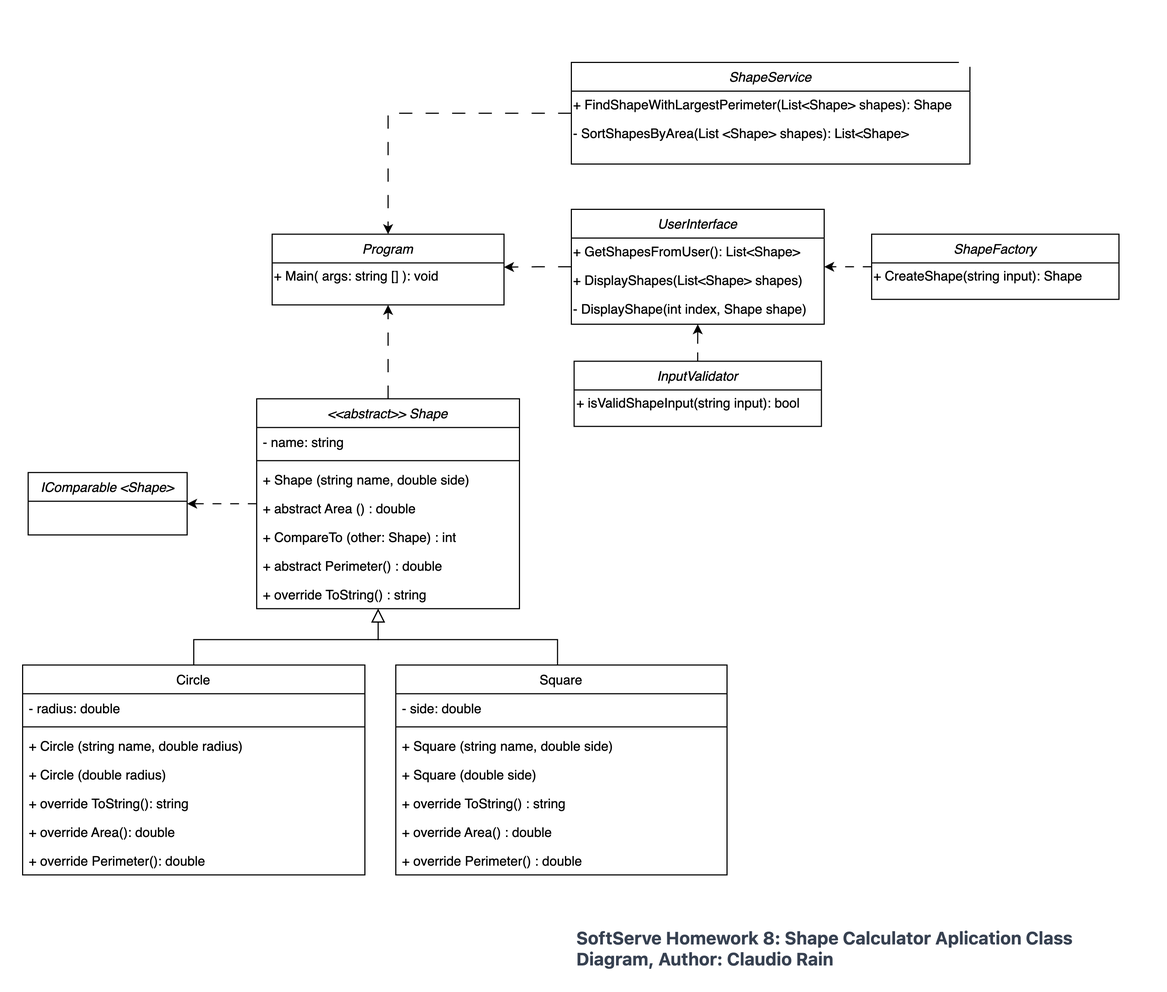
This is Homework-8/Homework-8-Class-Diagram.png from DonSaul/CLPLDOTNETTASKS, a draw.io export, as it was before one commit. Source tidied: cells renumbered, new cells last; positions are measured from the earlier drawing's top-left corner, leaving out a move shared by most shapes. Source of this version:
```xml
<mxGraphModel>
  <root>
    <mxCell id="0" />
    <mxCell id="1" parent="0" />
    <mxCell id="2" style="edgeStyle=orthogonalEdgeStyle;rounded=0;jettySize=auto;html=1;entryX=0.5;entryY=1;entryDx=0;entryDy=0;dashed=1;dashPattern=12 12;" parent="1" edge="1" source="4" target="30">
      <mxGeometry relative="1" as="geometry" />
    </mxCell>
    <mxCell id="3" style="edgeStyle=orthogonalEdgeStyle;rounded=0;jettySize=auto;html=1;entryX=1;entryY=0.5;entryDx=0;entryDy=0;dashed=1;dashPattern=8 8;" parent="1" edge="1" source="4" target="52">
      <mxGeometry relative="1" as="geometry" />
    </mxCell>
    <mxCell id="4" value="&lt;&lt;abstract&gt;&gt; Shape" style="swimlane;fontStyle=2;align=center;verticalAlign=top;horizontal=1;startSize=26;rounded=0;shadow=0;strokeWidth=1;" parent="1" vertex="1">
      <mxGeometry x="232" y="360.5" width="238" height="190" as="geometry" />
    </mxCell>
    <mxCell id="5" value="- name: string" style="text;align=left;verticalAlign=top;spacingLeft=4;spacingRight=4;overflow=hidden;" parent="4" vertex="1">
      <mxGeometry y="26" width="238" height="26" as="geometry" />
    </mxCell>
    <mxCell id="6" style="line;html=1;strokeWidth=1;align=left;verticalAlign=middle;spacingTop=-1;spacingLeft=3;spacingRight=3;labelPosition=right;" parent="4" vertex="1">
      <mxGeometry y="52" width="238" height="8" as="geometry" />
    </mxCell>
    <mxCell id="7" value="+ Shape (string name, double side)" style="text;align=left;verticalAlign=top;spacingLeft=4;spacingRight=4;overflow=hidden;" parent="4" vertex="1">
      <mxGeometry y="60" width="238" height="26" as="geometry" />
    </mxCell>
    <mxCell id="8" value="+ abstract Area () : double" style="text;align=left;verticalAlign=top;spacingLeft=4;spacingRight=4;overflow=hidden;" parent="4" vertex="1">
      <mxGeometry y="86" width="238" height="26" as="geometry" />
    </mxCell>
    <mxCell id="9" value="+ CompareTo (other: Shape) : int" style="text;align=left;verticalAlign=top;spacingLeft=4;spacingRight=4;overflow=hidden;" parent="4" vertex="1">
      <mxGeometry y="112" width="238" height="26" as="geometry" />
    </mxCell>
    <mxCell id="10" value="+ abstract Perimeter() : double" style="text;align=left;verticalAlign=top;spacingLeft=4;spacingRight=4;overflow=hidden;" parent="4" vertex="1">
      <mxGeometry y="138" width="238" height="26" as="geometry" />
    </mxCell>
    <mxCell id="11" value="+ override ToString() : string" style="text;align=left;verticalAlign=top;spacingLeft=4;spacingRight=4;overflow=hidden;" parent="4" vertex="1">
      <mxGeometry y="164" width="238" height="26" as="geometry" />
    </mxCell>
    <mxCell id="12" value="Circle" style="swimlane;fontStyle=0;align=center;verticalAlign=top;horizontal=1;startSize=26;rounded=0;shadow=0;strokeWidth=1;" parent="1" vertex="1">
      <mxGeometry x="20" y="601.5" width="310" height="190" as="geometry" />
    </mxCell>
    <mxCell id="13" value="- radius: double" style="text;align=left;verticalAlign=top;spacingLeft=4;spacingRight=4;overflow=hidden;" parent="12" vertex="1">
      <mxGeometry y="26" width="310" height="26" as="geometry" />
    </mxCell>
    <mxCell id="14" style="line;html=1;strokeWidth=1;align=left;verticalAlign=middle;spacingTop=-1;spacingLeft=3;spacingRight=3;labelPosition=right;" parent="12" vertex="1">
      <mxGeometry y="52" width="310" height="8" as="geometry" />
    </mxCell>
    <mxCell id="15" value="+ Circle (string name, double radius)" style="text;align=left;verticalAlign=top;spacingLeft=4;spacingRight=4;overflow=hidden;" parent="12" vertex="1">
      <mxGeometry y="60" width="310" height="26" as="geometry" />
    </mxCell>
    <mxCell id="16" value="+ Circle (double radius)" style="text;align=left;verticalAlign=top;spacingLeft=4;spacingRight=4;overflow=hidden;" parent="12" vertex="1">
      <mxGeometry y="86" width="310" height="26" as="geometry" />
    </mxCell>
    <mxCell id="17" value="+ override ToString(): string" style="text;align=left;verticalAlign=top;spacingLeft=4;spacingRight=4;overflow=hidden;" parent="12" vertex="1">
      <mxGeometry y="112" width="310" height="26" as="geometry" />
    </mxCell>
    <mxCell id="18" value="+ override Area(): double" style="text;align=left;verticalAlign=top;spacingLeft=4;spacingRight=4;overflow=hidden;" parent="12" vertex="1">
      <mxGeometry y="138" width="310" height="26" as="geometry" />
    </mxCell>
    <mxCell id="19" value="+ override Perimeter(): double" style="text;align=left;verticalAlign=top;spacingLeft=4;spacingRight=4;overflow=hidden;" parent="12" vertex="1">
      <mxGeometry y="164" width="310" height="26" as="geometry" />
    </mxCell>
    <mxCell id="20" style="endArrow=block;endSize=10;endFill=0;shadow=0;strokeWidth=1;rounded=0;edgeStyle=elbowEdgeStyle;elbow=vertical;" parent="1" edge="1" source="12" target="4">
      <mxGeometry relative="1" as="geometry">
        <Array as="points">
          <mxPoint x="342" y="578.5" />
        </Array>
      </mxGeometry>
    </mxCell>
    <mxCell id="21" value="Square" style="swimlane;fontStyle=0;align=center;verticalAlign=top;horizontal=1;startSize=26;rounded=0;shadow=0;strokeWidth=1;" parent="1" vertex="1">
      <mxGeometry x="358" y="601.5" width="300" height="190" as="geometry" />
    </mxCell>
    <mxCell id="22" value="- side: double" style="text;align=left;verticalAlign=top;spacingLeft=4;spacingRight=4;overflow=hidden;" parent="21" vertex="1">
      <mxGeometry y="26" width="300" height="26" as="geometry" />
    </mxCell>
    <mxCell id="23" style="line;html=1;strokeWidth=1;align=left;verticalAlign=middle;spacingTop=-1;spacingLeft=3;spacingRight=3;labelPosition=right;" parent="21" vertex="1">
      <mxGeometry y="52" width="300" height="8" as="geometry" />
    </mxCell>
    <mxCell id="24" value="+ Square (string name, double side)" style="text;align=left;verticalAlign=top;spacingLeft=4;spacingRight=4;overflow=hidden;" parent="21" vertex="1">
      <mxGeometry y="60" width="300" height="26" as="geometry" />
    </mxCell>
    <mxCell id="25" value="+ Square (double side)" style="text;align=left;verticalAlign=top;spacingLeft=4;spacingRight=4;overflow=hidden;" parent="21" vertex="1">
      <mxGeometry y="86" width="300" height="26" as="geometry" />
    </mxCell>
    <mxCell id="26" value="+ override ToString() : string" style="text;align=left;verticalAlign=top;spacingLeft=4;spacingRight=4;overflow=hidden;" parent="21" vertex="1">
      <mxGeometry y="112" width="300" height="26" as="geometry" />
    </mxCell>
    <mxCell id="27" value="+ override Area() : double" style="text;align=left;verticalAlign=top;spacingLeft=4;spacingRight=4;overflow=hidden;" parent="21" vertex="1">
      <mxGeometry y="138" width="300" height="26" as="geometry" />
    </mxCell>
    <mxCell id="28" value="+ override Perimeter() : double" style="text;align=left;verticalAlign=top;spacingLeft=4;spacingRight=4;overflow=hidden;" parent="21" vertex="1">
      <mxGeometry y="164" width="300" height="26" as="geometry" />
    </mxCell>
    <mxCell id="29" style="endArrow=block;endSize=10;endFill=0;shadow=0;strokeWidth=1;rounded=0;edgeStyle=elbowEdgeStyle;elbow=vertical;" parent="1" edge="1">
      <mxGeometry relative="1" as="geometry">
        <mxPoint x="504.5" y="601.5" as="sourcePoint" />
        <mxPoint x="342" y="550.5" as="targetPoint" />
        <Array as="points">
          <mxPoint x="423" y="578.5" />
        </Array>
      </mxGeometry>
    </mxCell>
    <mxCell id="30" value="Program" style="swimlane;fontStyle=2;align=center;verticalAlign=top;horizontal=1;startSize=26;rounded=0;shadow=0;strokeWidth=1;" parent="1" vertex="1">
      <mxGeometry x="246" y="211.5" width="210" height="64" as="geometry" />
    </mxCell>
    <mxCell id="31" value="+ Main( args: string [] ): void" style="text;html=1;align=left;verticalAlign=middle;points=[];strokeColor=none;fillColor=none;" parent="30" vertex="1">
      <mxGeometry y="26" width="210" height="26" as="geometry" />
    </mxCell>
    <mxCell id="32" value="UserInterface" style="swimlane;fontStyle=2;align=center;verticalAlign=top;horizontal=1;startSize=26;rounded=0;shadow=0;strokeWidth=1;" parent="1" vertex="1">
      <mxGeometry x="517" y="189" width="229" height="104" as="geometry" />
    </mxCell>
    <mxCell id="33" value="+ GetShapesFromUser(): List&amp;lt;Shape&amp;gt;" style="text;html=1;align=left;verticalAlign=middle;strokeColor=none;fillColor=none;" parent="32" vertex="1">
      <mxGeometry y="26" width="229" height="26" as="geometry" />
    </mxCell>
    <mxCell id="34" value="+ DisplayShapes(List&amp;lt;Shape&amp;gt; shapes)" style="text;html=1;align=left;verticalAlign=middle;strokeColor=none;fillColor=none;" parent="32" vertex="1">
      <mxGeometry y="52" width="229" height="26" as="geometry" />
    </mxCell>
    <mxCell id="35" value="- DisplayShape(int index, Shape shape)" style="text;html=1;align=left;verticalAlign=middle;strokeColor=none;fillColor=none;" parent="32" vertex="1">
      <mxGeometry y="78" width="229" height="26" as="geometry" />
    </mxCell>
    <mxCell id="36" style="edgeStyle=orthogonalEdgeStyle;rounded=0;jettySize=auto;html=1;entryX=0.5;entryY=1;entryDx=0;entryDy=0;dashed=1;dashPattern=8 8;" parent="1" edge="1" source="37" target="32">
      <mxGeometry relative="1" as="geometry" />
    </mxCell>
    <mxCell id="37" value="InputValidator" style="swimlane;fontStyle=2;align=center;verticalAlign=top;horizontal=1;startSize=26;rounded=0;shadow=0;strokeWidth=1;" parent="1" vertex="1">
      <mxGeometry x="519.5" y="326.5" width="224" height="59" as="geometry" />
    </mxCell>
    <mxCell id="38" value="+ isValidShapeInput(string input): bool" style="text;html=1;align=left;verticalAlign=middle;strokeColor=none;fillColor=none;" parent="37" vertex="1">
      <mxGeometry y="26" width="224" height="26" as="geometry" />
    </mxCell>
    <mxCell id="39" style="edgeStyle=orthogonalEdgeStyle;rounded=0;jettySize=auto;html=1;entryX=1;entryY=0.5;entryDx=0;entryDy=0;dashed=1;dashPattern=8 8;" parent="1" edge="1" source="40" target="32">
      <mxGeometry relative="1" as="geometry" />
    </mxCell>
    <mxCell id="40" value="ShapeFactory" style="swimlane;fontStyle=2;align=center;verticalAlign=top;horizontal=1;startSize=26;rounded=0;shadow=0;strokeWidth=1;" parent="1" vertex="1">
      <mxGeometry x="789" y="211.5" width="224" height="59" as="geometry" />
    </mxCell>
    <mxCell id="41" value="+ CreateShape(string input): Shape" style="text;html=1;align=left;verticalAlign=middle;strokeColor=none;fillColor=none;" parent="40" vertex="1">
      <mxGeometry y="26" width="224" height="26" as="geometry" />
    </mxCell>
    <mxCell id="42" style="edgeStyle=orthogonalEdgeStyle;rounded=0;jettySize=auto;html=1;entryX=1;entryY=0.146;entryDx=0;entryDy=0;entryPerimeter=0;dashed=1;dashPattern=12 12;" parent="1" edge="1" source="32" target="31">
      <mxGeometry relative="1" as="geometry" />
    </mxCell>
    <mxCell id="43" style="edgeStyle=orthogonalEdgeStyle;rounded=0;jettySize=auto;html=1;entryX=0.5;entryY=0;entryDx=0;entryDy=0;dashed=1;dashPattern=12 12;" parent="1" edge="1" source="44" target="30">
      <mxGeometry relative="1" as="geometry" />
    </mxCell>
    <mxCell id="44" value="ShapeService" style="swimlane;fontStyle=2;align=center;verticalAlign=top;horizontal=1;startSize=26;rounded=0;shadow=0;strokeWidth=1;" parent="1" vertex="1">
      <mxGeometry x="517" y="56" width="361" height="92" as="geometry" />
    </mxCell>
    <mxCell id="45" value="+ FindShapeWithLargestPerimeter(List&amp;lt;Shape&amp;gt; shapes): Shape" style="text;html=1;align=left;verticalAlign=middle;strokeColor=none;fillColor=none;" parent="44" vertex="1">
      <mxGeometry y="26" width="361" height="26" as="geometry" />
    </mxCell>
    <mxCell id="46" value="- SortShapesByArea(List &amp;lt;Shape&amp;gt; shapes): List&amp;lt;Shape&amp;gt;" style="text;html=1;align=left;verticalAlign=middle;strokeColor=none;fillColor=none;" parent="44" vertex="1">
      <mxGeometry y="52" width="361" height="26" as="geometry" />
    </mxCell>
    <mxCell id="47" style="rounded=0;whiteSpace=wrap;html=1;strokeColor=none;" parent="1" vertex="1">
      <mxGeometry y="14" width="189" height="60" as="geometry" />
    </mxCell>
    <mxCell id="48" style="rounded=0;whiteSpace=wrap;html=1;strokeColor=none;" parent="1" vertex="1">
      <mxGeometry y="820" width="189" height="60" as="geometry" />
    </mxCell>
    <mxCell id="49" style="rounded=0;whiteSpace=wrap;html=1;strokeColor=none;" parent="1" vertex="1">
      <mxGeometry x="868" width="189" height="60" as="geometry" />
    </mxCell>
    <mxCell id="50" style="rounded=0;whiteSpace=wrap;html=1;strokeColor=none;" parent="1" vertex="1">
      <mxGeometry x="813" y="779" width="189" height="60" as="geometry" />
    </mxCell>
    <mxCell id="51" value="&lt;p style=&quot;border: 0px solid rgb(217, 217, 227); box-sizing: border-box; --tw-border-spacing-x: 0; --tw-border-spacing-y: 0; --tw-translate-x: 0; --tw-translate-y: 0; --tw-rotate: 0; --tw-skew-x: 0; --tw-skew-y: 0; --tw-scale-x: 1; --tw-scale-y: 1; --tw-pan-x: ; --tw-pan-y: ; --tw-pinch-zoom: ; --tw-scroll-snap-strictness: proximity; --tw-gradient-from-position: ; --tw-gradient-via-position: ; --tw-gradient-to-position: ; --tw-ordinal: ; --tw-slashed-zero: ; --tw-numeric-figure: ; --tw-numeric-spacing: ; --tw-numeric-fraction: ; --tw-ring-inset: ; --tw-ring-offset-width: 0px; --tw-ring-offset-color: #fff; --tw-ring-color: rgba(69,89,164,.5); --tw-ring-offset-shadow: 0 0 transparent; --tw-ring-shadow: 0 0 transparent; --tw-shadow: 0 0 transparent; --tw-shadow-colored: 0 0 transparent; --tw-blur: ; --tw-brightness: ; --tw-contrast: ; --tw-grayscale: ; --tw-hue-rotate: ; --tw-invert: ; --tw-saturate: ; --tw-sepia: ; --tw-drop-shadow: ; --tw-backdrop-blur: ; --tw-backdrop-brightness: ; --tw-backdrop-contrast: ; --tw-backdrop-grayscale: ; --tw-backdrop-hue-rotate: ; --tw-backdrop-invert: ; --tw-backdrop-opacity: ; --tw-backdrop-saturate: ; --tw-backdrop-sepia: ; margin: 1.25em 0px; color: rgb(55, 65, 81); font-family: Söhne, ui-sans-serif, system-ui, -apple-system, &amp;quot;Segoe UI&amp;quot;, Roboto, Ubuntu, Cantarell, &amp;quot;Noto Sans&amp;quot;, sans-serif, &amp;quot;Helvetica Neue&amp;quot;, Arial, &amp;quot;Apple Color Emoji&amp;quot;, &amp;quot;Segoe UI Emoji&amp;quot;, &amp;quot;Segoe UI Symbol&amp;quot;, &amp;quot;Noto Color Emoji&amp;quot;; font-size: 16px; font-style: normal; font-variant-ligatures: normal; font-variant-caps: normal; letter-spacing: normal; orphans: 2; text-align: start; text-indent: 0px; text-transform: none; widows: 2; word-spacing: 0px; -webkit-text-stroke-width: 0px; text-decoration-thickness: initial; text-decoration-style: initial; text-decoration-color: initial;&quot;&gt;&lt;span style=&quot;border: 0px solid rgb(217, 217, 227); box-sizing: border-box; --tw-border-spacing-x: 0; --tw-border-spacing-y: 0; --tw-translate-x: 0; --tw-translate-y: 0; --tw-rotate: 0; --tw-skew-x: 0; --tw-skew-y: 0; --tw-scale-x: 1; --tw-scale-y: 1; --tw-pan-x: ; --tw-pan-y: ; --tw-pinch-zoom: ; --tw-scroll-snap-strictness: proximity; --tw-gradient-from-position: ; --tw-gradient-via-position: ; --tw-gradient-to-position: ; --tw-ordinal: ; --tw-slashed-zero: ; --tw-numeric-figure: ; --tw-numeric-spacing: ; --tw-numeric-fraction: ; --tw-ring-inset: ; --tw-ring-offset-width: 0px; --tw-ring-offset-color: #fff; --tw-ring-color: rgba(69,89,164,.5); --tw-ring-offset-shadow: 0 0 transparent; --tw-ring-shadow: 0 0 transparent; --tw-shadow: 0 0 transparent; --tw-shadow-colored: 0 0 transparent; --tw-blur: ; --tw-brightness: ; --tw-contrast: ; --tw-grayscale: ; --tw-hue-rotate: ; --tw-invert: ; --tw-saturate: ; --tw-sepia: ; --tw-drop-shadow: ; --tw-backdrop-blur: ; --tw-backdrop-brightness: ; --tw-backdrop-contrast: ; --tw-backdrop-grayscale: ; --tw-backdrop-hue-rotate: ; --tw-backdrop-invert: ; --tw-backdrop-opacity: ; --tw-backdrop-saturate: ; --tw-backdrop-sepia: ; color: var(--tw-prose-bold);&quot;&gt;&lt;b&gt;SoftServe Homework 8: Shape Calculator Aplication Class Diagram, Author: Claudio Rain&lt;/b&gt;&lt;/span&gt;&lt;/p&gt;" style="text;whiteSpace=wrap;html=1;" parent="1" vertex="1">
      <mxGeometry x="519.5" y="812.5" width="520.5" height="75" as="geometry" />
    </mxCell>
    <mxCell id="52" value="IComparable &lt;Shape&gt;" style="swimlane;fontStyle=2;align=center;verticalAlign=top;horizontal=1;startSize=26;rounded=0;shadow=0;strokeWidth=1;" parent="1" vertex="1">
      <mxGeometry x="25" y="427.2" width="144" height="56.5" as="geometry" />
    </mxCell>
  </root>
</mxGraphModel>
```
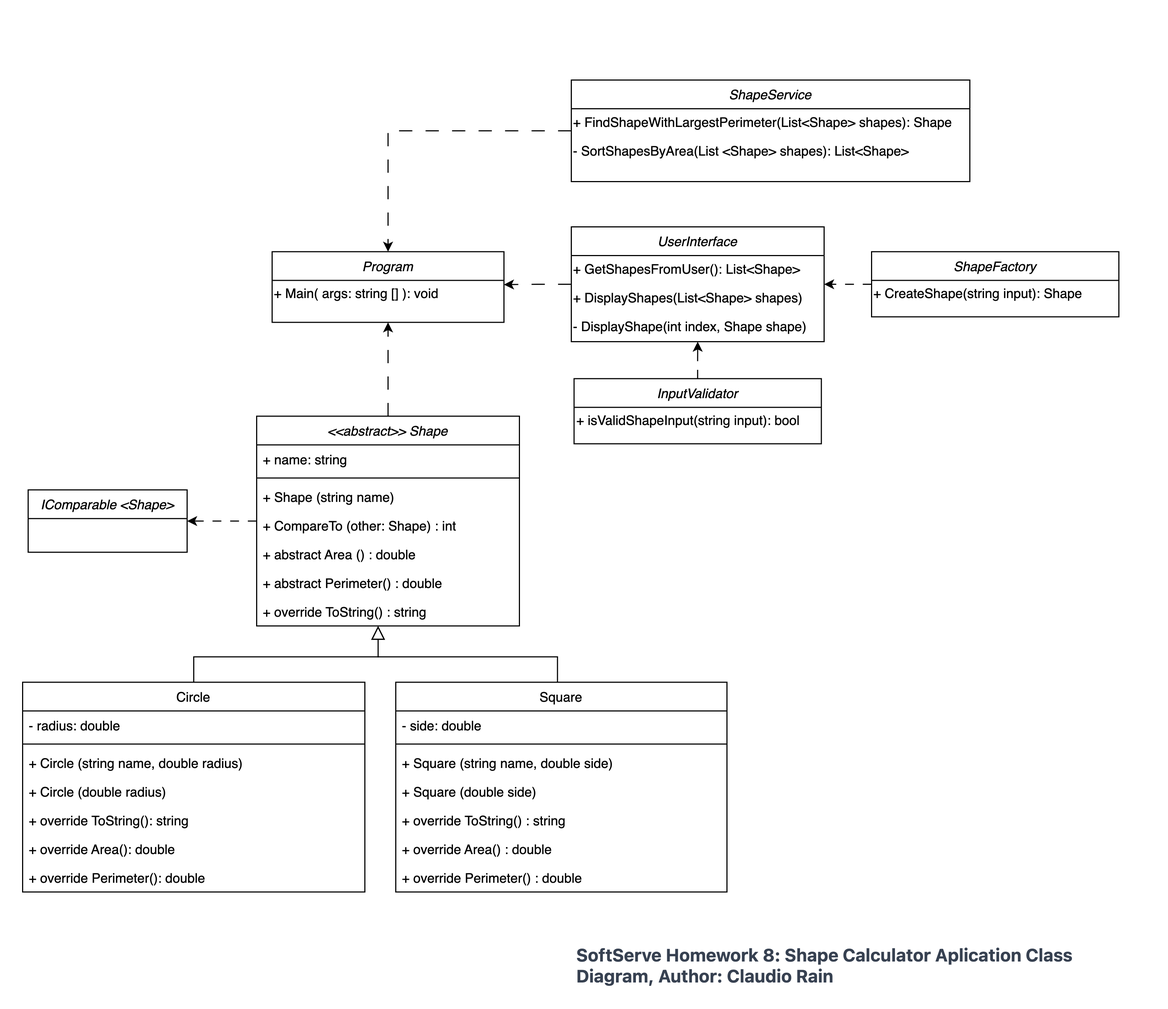
After the commit.

Commit message:
updating class diagram

Change to the diagram source:
```diff
@@ -11,21 +11,21 @@
     <mxCell id="4" value="&lt;&lt;abstract&gt;&gt; Shape" style="swimlane;fontStyle=2;align=center;verticalAlign=top;horizontal=1;startSize=26;rounded=0;shadow=0;strokeWidth=1;" parent="1" vertex="1">
       <mxGeometry x="232" y="360.5" width="238" height="190" as="geometry" />
     </mxCell>
-    <mxCell id="5" value="- name: string" style="text;align=left;verticalAlign=top;spacingLeft=4;spacingRight=4;overflow=hidden;" parent="4" vertex="1">
+    <mxCell id="5" value="+ name: string" style="text;align=left;verticalAlign=top;spacingLeft=4;spacingRight=4;overflow=hidden;" parent="4" vertex="1">
       <mxGeometry y="26" width="238" height="26" as="geometry" />
     </mxCell>
     <mxCell id="6" style="line;html=1;strokeWidth=1;align=left;verticalAlign=middle;spacingTop=-1;spacingLeft=3;spacingRight=3;labelPosition=right;" parent="4" vertex="1">
       <mxGeometry y="52" width="238" height="8" as="geometry" />
     </mxCell>
-    <mxCell id="7" value="+ Shape (string name, double side)" style="text;align=left;verticalAlign=top;spacingLeft=4;spacingRight=4;overflow=hidden;" parent="4" vertex="1">
+    <mxCell id="7" value="+ Shape (string name)" style="text;align=left;verticalAlign=top;spacingLeft=4;spacingRight=4;overflow=hidden;" parent="4" vertex="1">
       <mxGeometry y="60" width="238" height="26" as="geometry" />
     </mxCell>
+    <mxCell id="9" value="+ CompareTo (other: Shape) : int" style="text;align=left;verticalAlign=top;spacingLeft=4;spacingRight=4;overflow=hidden;" parent="4" vertex="1">
+      <mxGeometry y="86" width="238" height="26" as="geometry" />
+    </mxCell>
     <mxCell id="8" value="+ abstract Area () : double" style="text;align=left;verticalAlign=top;spacingLeft=4;spacingRight=4;overflow=hidden;" parent="4" vertex="1">
-      <mxGeometry y="86" width="238" height="26" as="geometry" />
+      <mxGeometry y="112" width="238" height="26" as="geometry" />
     </mxCell>
-    <mxCell id="9" value="+ CompareTo (other: Shape) : int" style="text;align=left;verticalAlign=top;spacingLeft=4;spacingRight=4;overflow=hidden;" parent="4" vertex="1">
-      <mxGeometry y="112" width="238" height="26" as="geometry" />
-    </mxCell>
     <mxCell id="10" value="+ abstract Perimeter() : double" style="text;align=left;verticalAlign=top;spacingLeft=4;spacingRight=4;overflow=hidden;" parent="4" vertex="1">
       <mxGeometry y="138" width="238" height="26" as="geometry" />
     </mxCell>
@@ -154,7 +154,7 @@
       <mxGeometry y="820" width="189" height="60" as="geometry" />
     </mxCell>
     <mxCell id="49" style="rounded=0;whiteSpace=wrap;html=1;strokeColor=none;" parent="1" vertex="1">
-      <mxGeometry x="868" width="189" height="60" as="geometry" />
+      <mxGeometry x="869" y="-16" width="189" height="60" as="geometry" />
     </mxCell>
     <mxCell id="50" style="rounded=0;whiteSpace=wrap;html=1;strokeColor=none;" parent="1" vertex="1">
       <mxGeometry x="813" y="779" width="189" height="60" as="geometry" />
```
